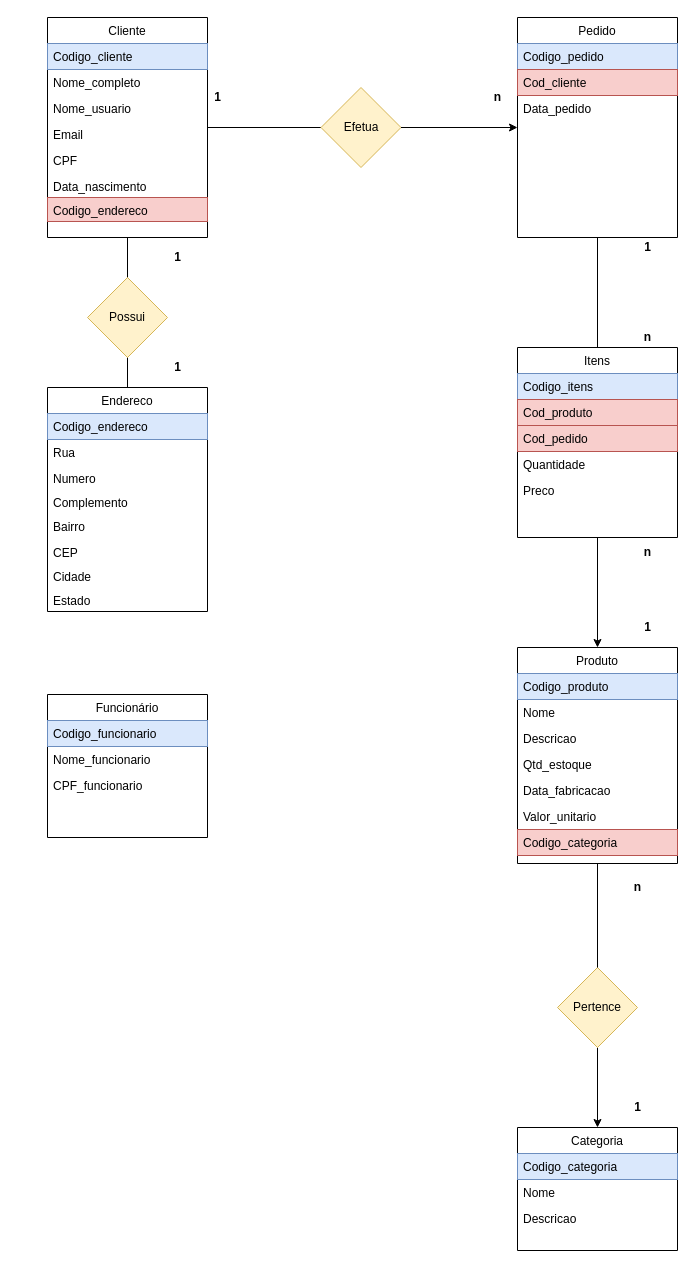
Earlier version of the draw.io diagram G7 - 777(7)/Diagrama normalizado.drawio (raulgbrmf/serratec-bancodedados). Source tidied: cells renumbered, new cells numbered last; positions are measured from the earlier drawing's top-left corner, leaving out a move shared by most shapes. Both pictures are drawn from the tidied source at 100%, with x=0, y=0 at pixel (47, 17).
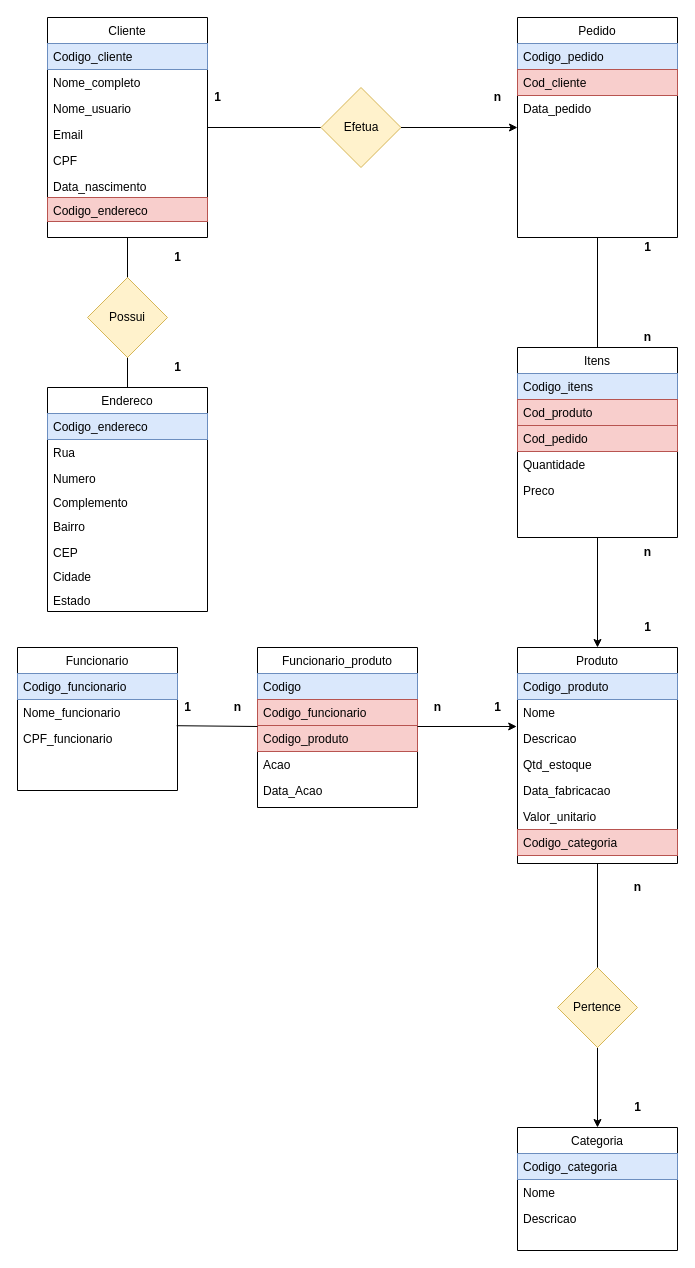
After the change.

Commit message (it also covers changes not shown here):
Subindo diagrama normalizado corrigido

The change refers to these unchanged cells:
```xml
<mxCell id="25" value="Descricao" style="text;align=left;verticalAlign=top;spacingLeft=4;spacingRight=4;overflow=hidden;points=[[0,0.5],[1,0.5]];portConstraint=eastwest;rounded=0;shadow=0;html=0;" parent="22" vertex="1">
  <mxGeometry y="78" width="160" height="26" as="geometry" />
</mxCell>
```

What changed in the source:
```diff
@@
-    <mxCell id="39" value="Funcionário" style="swimlane;fontStyle=0;align=center;verticalAlign=top;horizontal=1;startSize=26;rounded=0;shadow=0;strokeWidth=1;" parent="1" vertex="1">
-      <mxGeometry y="677" width="160" height="143" as="geometry" />
-    </mxCell>
-    <mxCell id="40" value="Codigo_funcionario" style="text;align=left;verticalAlign=top;spacingLeft=4;spacingRight=4;overflow=hidden;fillColor=#dae8fc;strokeColor=#6c8ebf;" parent="39" vertex="1">
-      <mxGeometry y="26" width="160" height="26" as="geometry" />
-    </mxCell>
-    <mxCell id="41" value="Nome_funcionario" style="text;align=left;verticalAlign=top;spacingLeft=4;spacingRight=4;overflow=hidden;" parent="39" vertex="1">
-      <mxGeometry y="52" width="160" height="26" as="geometry" />
-    </mxCell>
-    <mxCell id="42" value="CPF_funcionario" style="text;align=left;verticalAlign=top;spacingLeft=4;spacingRight=4;overflow=hidden;points=[[0,0.5],[1,0.5]];portConstraint=eastwest;" parent="39" vertex="1">
-      <mxGeometry y="78" width="160" height="26" as="geometry" />
-    </mxCell>
@@
+    <mxCell id="39" value="Funcionario" style="swimlane;fontStyle=0;align=center;verticalAlign=top;horizontal=1;startSize=26;rounded=0;shadow=0;strokeWidth=1;" parent="1" vertex="1">
+      <mxGeometry x="-30" y="630" width="160" height="143" as="geometry" />
+    </mxCell>
+    <mxCell id="40" value="Codigo_funcionario" style="text;align=left;verticalAlign=top;spacingLeft=4;spacingRight=4;overflow=hidden;fillColor=#dae8fc;strokeColor=#6c8ebf;" parent="39" vertex="1">
+      <mxGeometry y="26" width="160" height="26" as="geometry" />
+    </mxCell>
+    <mxCell id="41" value="Nome_funcionario" style="text;align=left;verticalAlign=top;spacingLeft=4;spacingRight=4;overflow=hidden;" parent="39" vertex="1">
+      <mxGeometry y="52" width="160" height="26" as="geometry" />
+    </mxCell>
+    <mxCell id="42" value="CPF_funcionario" style="text;align=left;verticalAlign=top;spacingLeft=4;spacingRight=4;overflow=hidden;points=[[0,0.5],[1,0.5]];portConstraint=eastwest;" parent="39" vertex="1">
+      <mxGeometry y="78" width="160" height="26" as="geometry" />
+    </mxCell>
+    <mxCell id="66" value="Funcionario_produto" style="swimlane;fontStyle=0;align=center;verticalAlign=top;horizontal=1;startSize=26;rounded=0;shadow=0;strokeWidth=1;" parent="1" vertex="1">
+      <mxGeometry x="210" y="630" width="160" height="160" as="geometry" />
+    </mxCell>
+    <mxCell id="67" value="Codigo" style="text;align=left;verticalAlign=top;spacingLeft=4;spacingRight=4;overflow=hidden;fillColor=#dae8fc;strokeColor=#6c8ebf;" parent="66" vertex="1">
+      <mxGeometry y="26" width="160" height="26" as="geometry" />
+    </mxCell>
+    <mxCell id="68" value="Codigo_funcionario" style="text;align=left;verticalAlign=top;spacingLeft=4;spacingRight=4;overflow=hidden;fillColor=#f8cecc;strokeColor=#b85450;" parent="66" vertex="1">
+      <mxGeometry y="52" width="160" height="26" as="geometry" />
+    </mxCell>
+    <mxCell id="69" value="Codigo_produto" style="text;align=left;verticalAlign=top;spacingLeft=4;spacingRight=4;overflow=hidden;fillColor=#f8cecc;strokeColor=#b85450;" parent="66" vertex="1">
+      <mxGeometry y="78" width="160" height="26" as="geometry" />
+    </mxCell>
+    <mxCell id="70" value="Acao" style="text;align=left;verticalAlign=top;spacingLeft=4;spacingRight=4;overflow=hidden;" parent="66" vertex="1">
+      <mxGeometry y="104" width="160" height="26" as="geometry" />
+    </mxCell>
+    <mxCell id="71" value="Data_Acao" style="text;align=left;verticalAlign=top;spacingLeft=4;spacingRight=4;overflow=hidden;" parent="66" vertex="1">
+      <mxGeometry y="130" width="160" height="26" as="geometry" />
+    </mxCell>
+    <mxCell id="72" style="endArrow=none;html=1;exitX=0.995;exitY=0.008;exitDx=0;exitDy=0;exitPerimeter=0;" parent="1" edge="1" source="42">
+      <mxGeometry relative="1" as="geometry">
+        <mxPoint x="210" y="709" as="targetPoint" />
+      </mxGeometry>
+    </mxCell>
+    <mxCell id="73" style="endArrow=classic;html=1;entryX=-0.005;entryY=0.038;entryDx=0;entryDy=0;entryPerimeter=0;" parent="1" edge="1" target="25">
+      <mxGeometry relative="1" as="geometry">
+        <mxPoint x="370" y="709" as="sourcePoint" />
+      </mxGeometry>
+    </mxCell>
+    <mxCell id="74" value="1" style="text;html=1;align=center;verticalAlign=middle;fontStyle=1;" parent="1" vertex="1">
+      <mxGeometry x="130" y="680" width="20" height="20" as="geometry" />
+    </mxCell>
+    <mxCell id="75" value="n" style="text;html=1;align=center;verticalAlign=middle;fontStyle=1;" parent="1" vertex="1">
+      <mxGeometry x="180" y="680" width="20" height="20" as="geometry" />
+    </mxCell>
+    <mxCell id="76" value="n" style="text;html=1;align=center;verticalAlign=middle;fontStyle=1;" parent="1" vertex="1">
+      <mxGeometry x="380" y="680" width="20" height="20" as="geometry" />
+    </mxCell>
+    <mxCell id="77" value="1" style="text;html=1;align=center;verticalAlign=middle;fontStyle=1;" parent="1" vertex="1">
+      <mxGeometry x="440" y="680" width="20" height="20" as="geometry" />
+    </mxCell>
```
